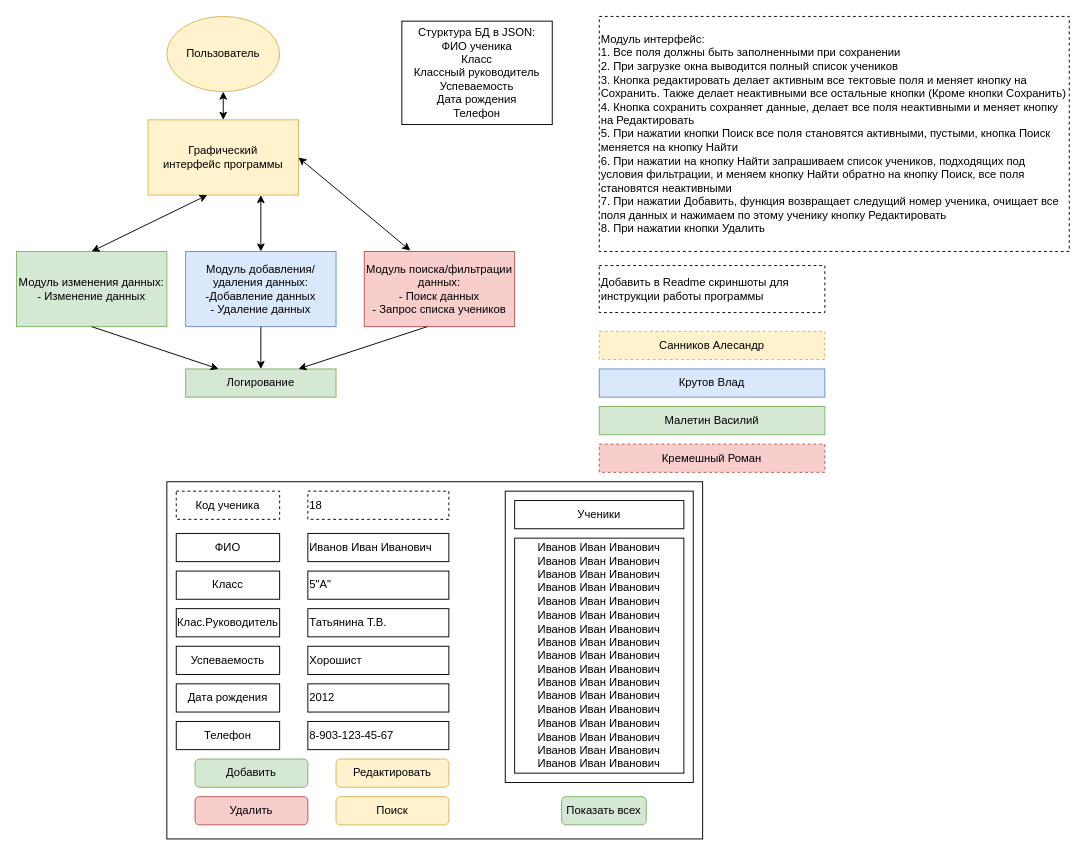
Before: structure.drawio in VasiliyMaletin/Database, a draw.io diagram. Source tidied: cells renumbered, new cells numbered last; positions are measured from the earlier drawing's top-left corner, leaving out a move shared by most shapes. Both pictures are drawn from the tidied source at 94%, with x=0, y=0 at pixel (16, 16).
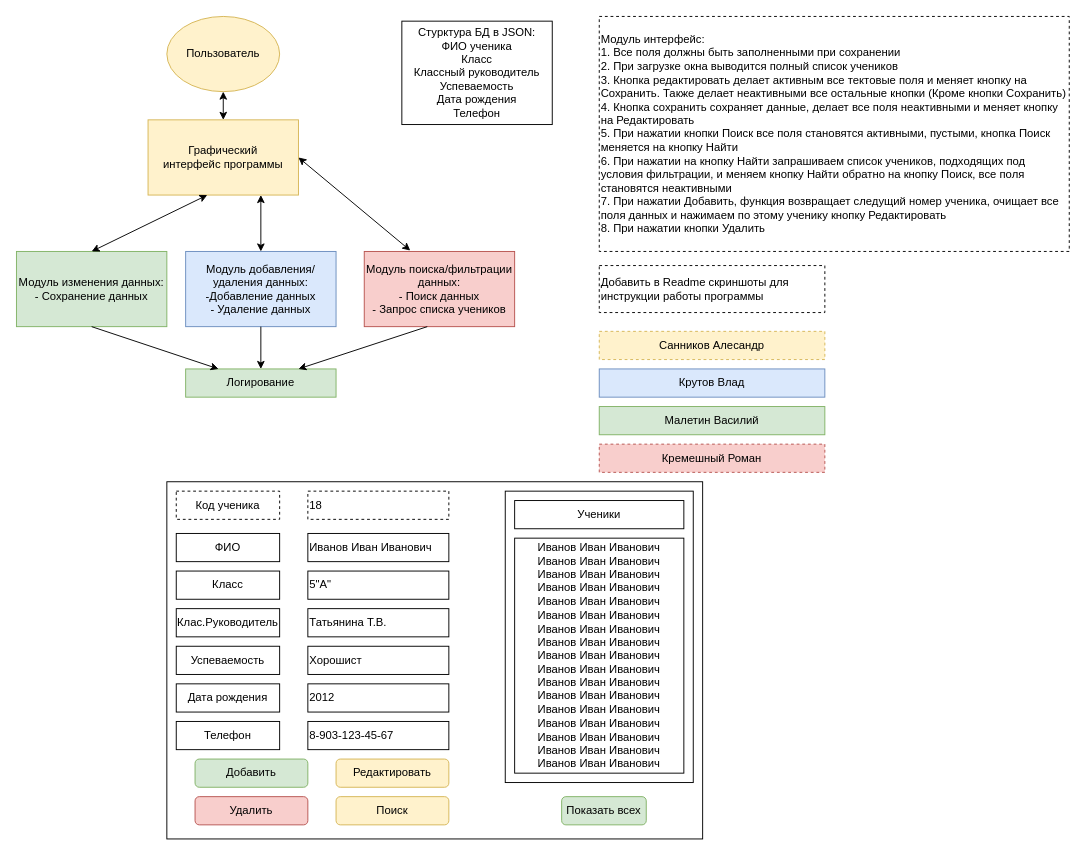
Above is the later version.

Change to the diagram source:
```diff
@@
-    <mxCell id="2" value="Модуль изменения данных:&lt;br&gt;- Изменение данных" style="rounded=0;whiteSpace=wrap;html=1;fillColor=#d5e8d4;strokeColor=#82b366;" parent="1" vertex="1">
+    <mxCell id="2" value="Модуль изменения данных:&lt;br&gt;- Сохранение данных" style="rounded=0;whiteSpace=wrap;html=1;fillColor=#d5e8d4;strokeColor=#82b366;" parent="1" vertex="1">
       <mxGeometry y="250" width="160" height="80" as="geometry" />
     </mxCell>
```
